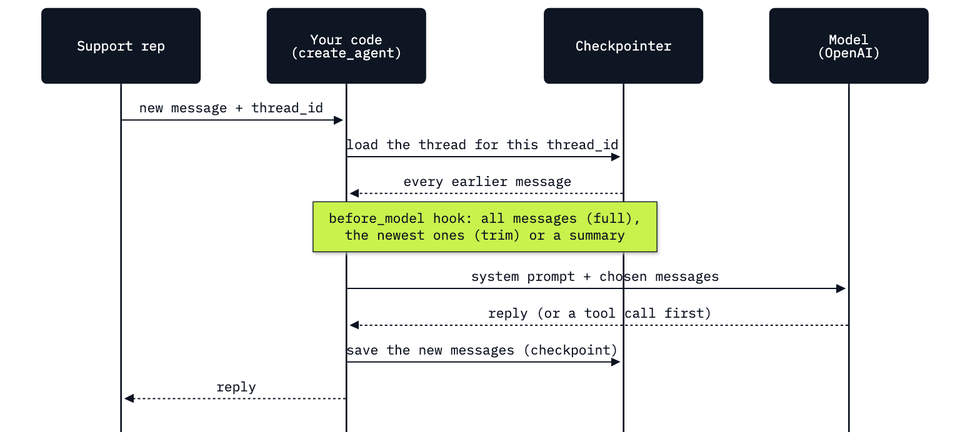
The Mermaid diagram 03_Thread_Memory_Three_Settings/resources/lab03_thread_turn.png in skjagini/agentic_ai_conversational_agents, before a commit. Its source is kept beside it as 03_Thread_Memory_Three_Settings/resources/lab03_thread_turn.mmd.
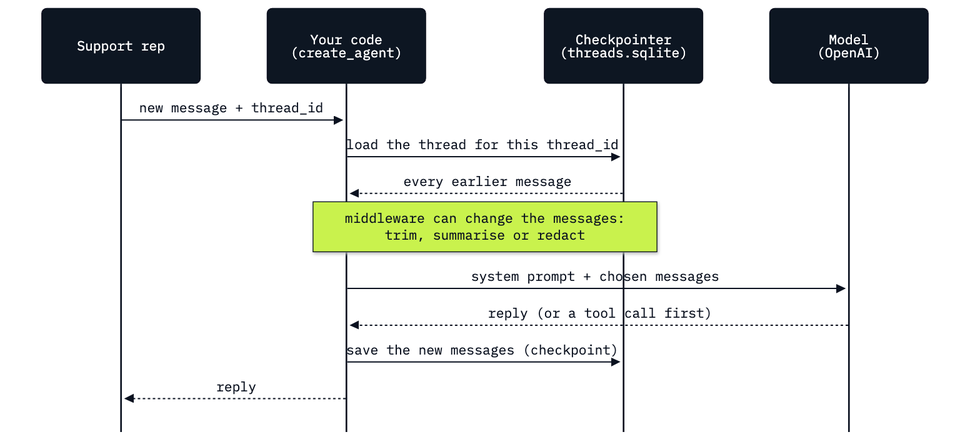
The same diagram one commit later.

Commit message:
added 03_Thread_Memory_Three_Settings

The edit, as a diff of the source:
```diff
@@ -2,13 +2,13 @@
 sequenceDiagram
     participant Rep as Support rep
     participant Code as Your code<br>(create_agent)
-    participant Saver as Checkpointer
+    participant Saver as Checkpointer<br>(threads.sqlite)
     participant Model as Model<br>(OpenAI)
 
     Rep->>Code: new message + thread_id
     Code->>Saver: load the thread for this thread_id
     Saver-->>Code: every earlier message
-    Note over Code,Saver: before_model hook: all messages (full),<br>the newest ones (trim) or a summary
+    Note over Code,Saver: middleware can change the messages:<br>trim, summarise or redact
     Code->>Model: system prompt + chosen messages
     Model-->>Code: reply (or a tool call first)
     Code->>Saver: save the new messages (checkpoint)
```
